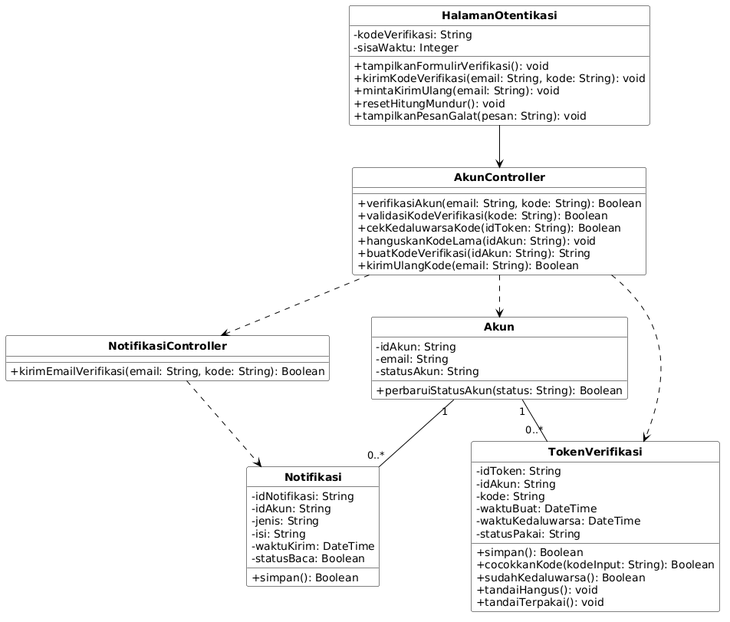
This is docs/M7/assets/diagram/Diagram_Kelas_UC02.png from ghaniyul/IF2150-RPL-K01-G02, a PlantUML export, as it was before one commit.
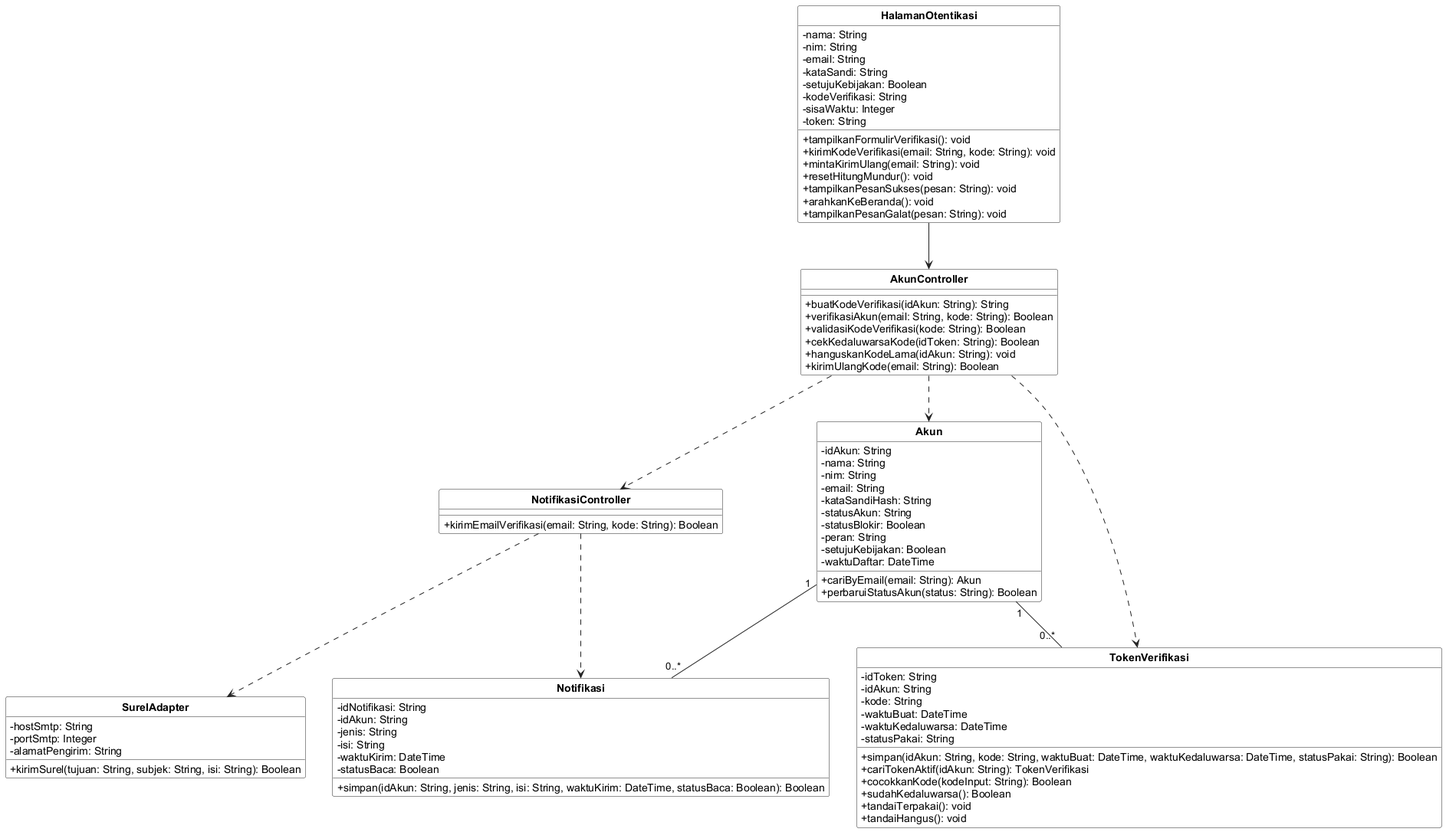
Above is the later version.

Change to the diagram source:
```diff
@@ -1,48 +1,59 @@
 @startuml
-skinparam monochrome true
 skinparam shadowing false
+skinparam classAttributeIconSize 0
+skinparam classBackgroundColor #FFFFFF
+skinparam classBorderColor #222222
+skinparam arrowColor #222222
+skinparam packageBorderColor #888888
 skinparam defaultFontName Arial
-skinparam classAttributeIconSize 0
 skinparam classFontStyle bold
-skinparam classBorderColor #000000
-skinparam classBackgroundColor #FFFFFF
-skinparam arrowColor #000000
-skinparam nodesep 55
-skinparam ranksep 55
-
+skinparam stereotypeFontSize 10
 hide circle
 hide stereotype
 
+
 class "HalamanOtentikasi" as C01 {
+  - nama: String
+  - nim: String
+  - email: String
+  - kataSandi: String
+  - setujuKebijakan: Boolean
   - kodeVerifikasi: String
   - sisaWaktu: Integer
+  - token: String
   + tampilkanFormulirVerifikasi(): void
   + kirimKodeVerifikasi(email: String, kode: String): void
   + mintaKirimUlang(email: String): void
   + resetHitungMundur(): void
+  + tampilkanPesanSukses(pesan: String): void
+  + arahkanKeBeranda(): void
   + tampilkanPesanGalat(pesan: String): void
 }
-
 class "AkunController" as C13 {
+  + buatKodeVerifikasi(idAkun: String): String
   + verifikasiAkun(email: String, kode: String): Boolean
   + validasiKodeVerifikasi(kode: String): Boolean
   + cekKedaluwarsaKode(idToken: String): Boolean
   + hanguskanKodeLama(idAkun: String): void
-  + buatKodeVerifikasi(idAkun: String): String
   + kirimUlangKode(email: String): Boolean
 }
-
 class "NotifikasiController" as C19 {
   + kirimEmailVerifikasi(email: String, kode: String): Boolean
 }
-
 class "Akun" as C23 {
   - idAkun: String
+  - nama: String
+  - nim: String
   - email: String
+  - kataSandiHash: String
   - statusAkun: String
+  - statusBlokir: Boolean
+  - peran: String
+  - setujuKebijakan: Boolean
+  - waktuDaftar: DateTime
+  + cariByEmail(email: String): Akun
   + perbaruiStatusAkun(status: String): Boolean
 }
-
 class "TokenVerifikasi" as C27 {
   - idToken: String
   - idAkun: String
@@ -50,13 +61,13 @@
   - waktuBuat: DateTime
   - waktuKedaluwarsa: DateTime
   - statusPakai: String
-  + simpan(): Boolean
+  + simpan(idAkun: String, kode: String, waktuBuat: DateTime, waktuKedaluwarsa: DateTime, statusPakai: String): Boolean
+  + cariTokenAktif(idAkun: String): TokenVerifikasi
   + cocokkanKode(kodeInput: String): Boolean
   + sudahKedaluwarsa(): Boolean
+  + tandaiTerpakai(): void
   + tandaiHangus(): void
-  + tandaiTerpakai(): void
 }
-
 class "Notifikasi" as C35 {
   - idNotifikasi: String
   - idAkun: String
@@ -64,15 +75,20 @@
   - isi: String
   - waktuKirim: DateTime
   - statusBaca: Boolean
-  + simpan(): Boolean
+  + simpan(idAkun: String, jenis: String, isi: String, waktuKirim: DateTime, statusBaca: Boolean): Boolean
 }
-
+class "SurelAdapter" as C43 {
+  - hostSmtp: String
+  - portSmtp: Integer
+  - alamatPengirim: String
+  + kirimSurel(tujuan: String, subjek: String, isi: String): Boolean
+}
 C01 --> C13
-C13 ..> C19
 C13 ..> C23
 C13 ..> C27
+C13 ..> C19
 C19 ..> C35
-
+C19 ..> C43
 C23 "1" -- "0..*" C27
 C23 "1" -- "0..*" C35
 @enduml
```
